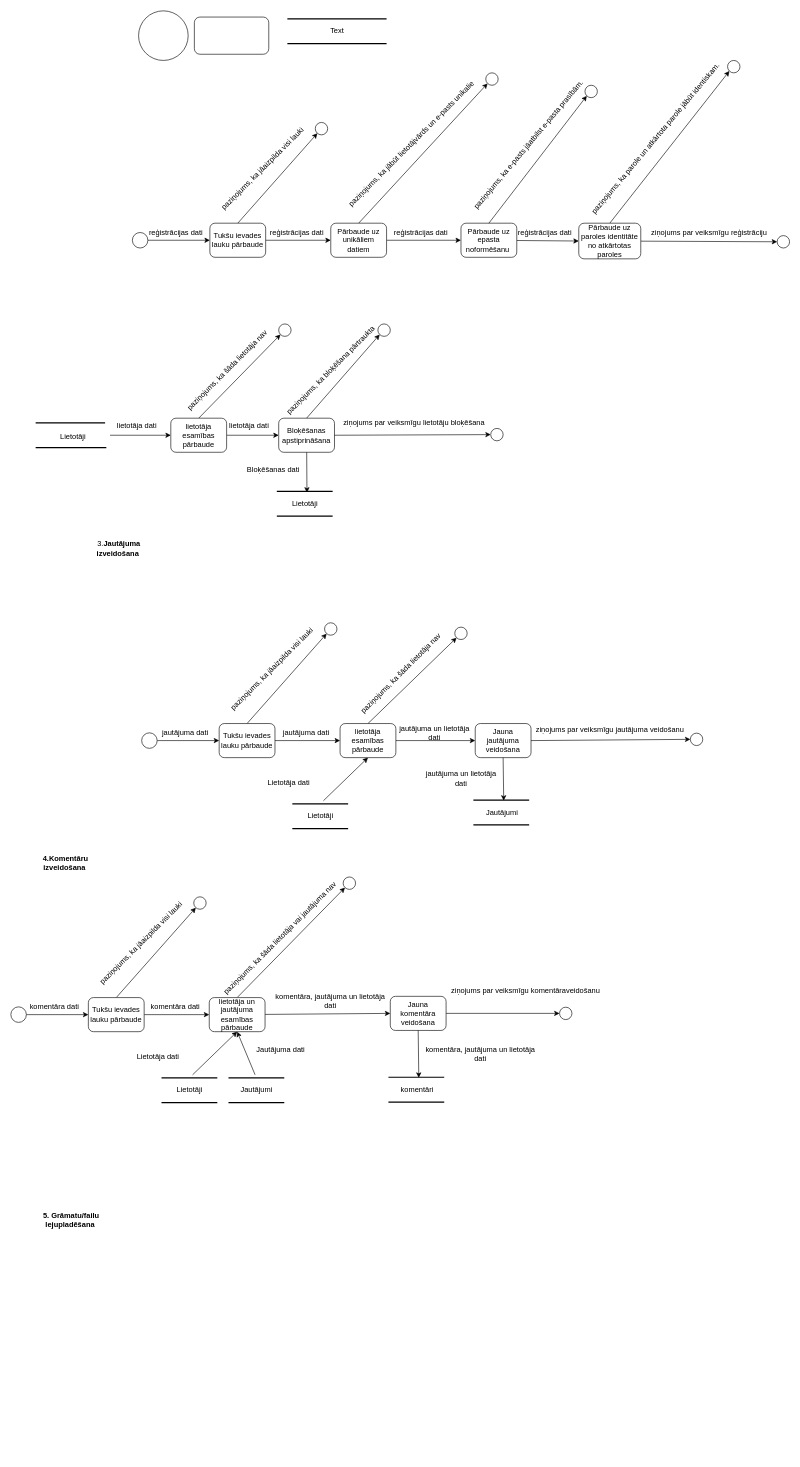
Before: DPD.drawio in MaksimsVisockis01/DB, a draw.io diagram. Source tidied: cells renumbered, new cells numbered last; positions are measured from the earlier drawing's top-left corner, leaving out a move shared by most shapes. Both pictures are drawn from the tidied source at 62%, with x=0, y=0 at pixel (11, 11).
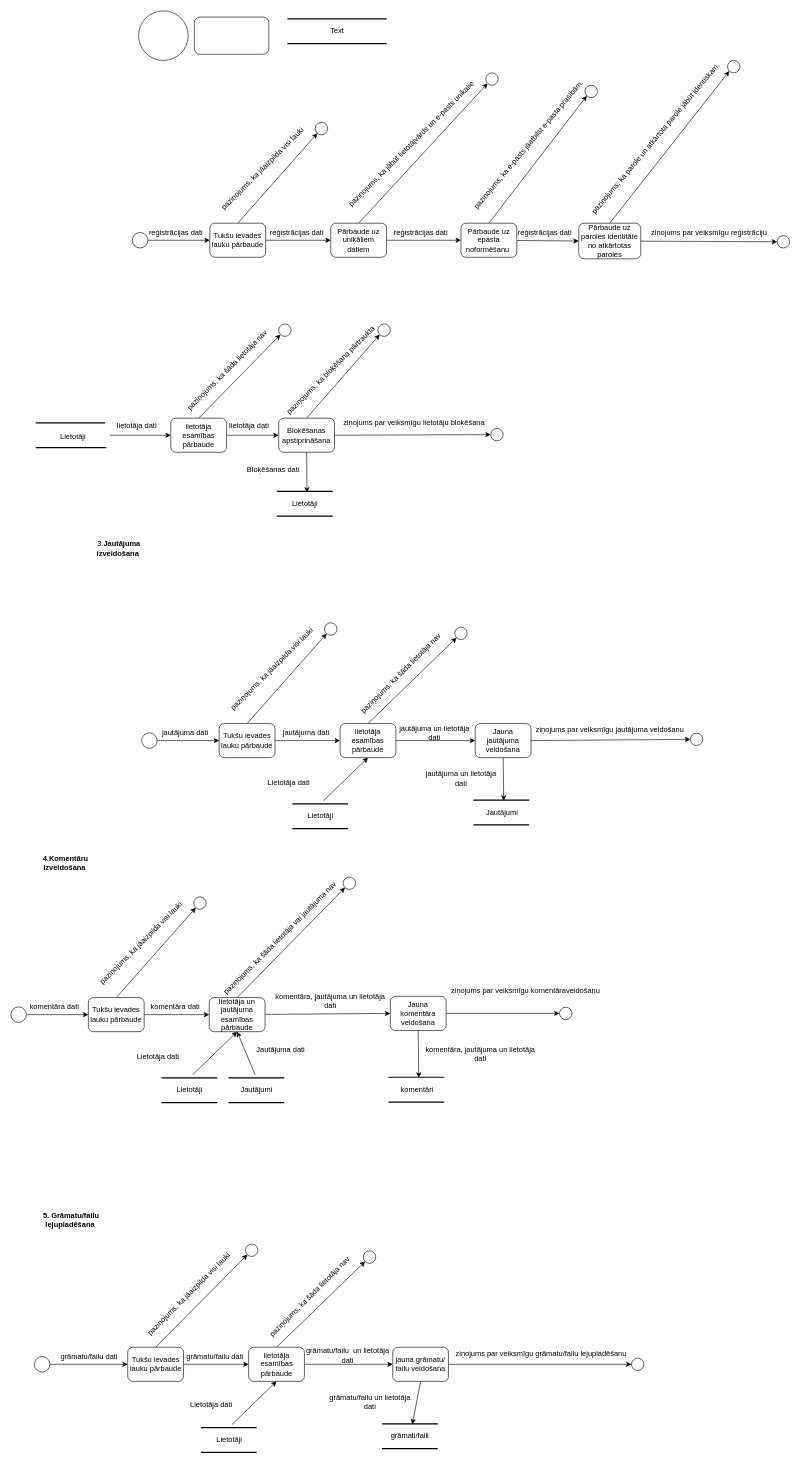
Above is the later version.

The edit, as a diff of the source:
```diff
@@
+    <mxCell id="124" style="edgeStyle=orthogonalEdgeStyle;rounded=0;jettySize=auto;html=1;" parent="1" edge="1" source="125" target="128">
+      <mxGeometry relative="1" as="geometry" />
+    </mxCell>
+    <mxCell id="125" style="ellipse;whiteSpace=wrap;html=1;" parent="1" vertex="1">
+      <mxGeometry x="38" y="2170.5" width="25" height="25" as="geometry" />
+    </mxCell>
+    <mxCell id="126" style="rounded=0;jettySize=auto;html=1;exitX=0.5;exitY=0;exitDx=0;exitDy=0;" parent="1" edge="1" source="128" target="130">
+      <mxGeometry relative="1" as="geometry" />
+    </mxCell>
+    <mxCell id="127" style="edgeStyle=none;rounded=0;jettySize=auto;html=1;" parent="1" edge="1" source="128" target="134">
+      <mxGeometry relative="1" as="geometry" />
+    </mxCell>
+    <mxCell id="128" value="Tukšu ievades lauku pārbaude" style="rounded=1;whiteSpace=wrap;html=1;" parent="1" vertex="1">
+      <mxGeometry x="188.5" y="2155.5" width="90" height="55" as="geometry" />
+    </mxCell>
+    <mxCell id="129" value="grāmatu/failu dati" style="text;html=1;align=center;verticalAlign=middle;strokeColor=none;fillColor=none;" parent="1" vertex="1">
+      <mxGeometry x="69" y="2157.5" width="113" height="26" as="geometry" />
+    </mxCell>
+    <mxCell id="130" style="ellipse;whiteSpace=wrap;html=1;" parent="1" vertex="1">
+      <mxGeometry x="378.5" y="1989" width="20" height="20" as="geometry" />
+    </mxCell>
+    <mxCell id="131" value="paziņojums, ka jāaizpilda visi lauki" style="text;html=1;align=center;verticalAlign=middle;strokeColor=none;fillColor=none;rotation=-45;" parent="1" vertex="1">
+      <mxGeometry x="182" y="2055" width="210" height="30" as="geometry" />
+    </mxCell>
+    <mxCell id="132" style="edgeStyle=none;rounded=0;jettySize=auto;html=1;entryX=0;entryY=1;entryDx=0;entryDy=0;exitX=0.5;exitY=0;exitDx=0;exitDy=0;" parent="1" edge="1" source="134" target="135">
+      <mxGeometry relative="1" as="geometry" />
+    </mxCell>
+    <mxCell id="133" style="edgeStyle=none;rounded=0;jettySize=auto;html=1;entryX=0;entryY=0.5;entryDx=0;entryDy=0;" parent="1" edge="1" source="134" target="138">
+      <mxGeometry relative="1" as="geometry" />
+    </mxCell>
+    <mxCell id="134" value="lietotāja esamības pārbaude" style="rounded=1;whiteSpace=wrap;html=1;" parent="1" vertex="1">
+      <mxGeometry x="383.5" y="2155.5" width="90" height="55" as="geometry" />
+    </mxCell>
+    <mxCell id="135" style="ellipse;whiteSpace=wrap;html=1;" parent="1" vertex="1">
+      <mxGeometry x="568.5" y="2000" width="20" height="20" as="geometry" />
+    </mxCell>
+    <mxCell id="136" value="grāmatu/failu dati" style="text;html=1;align=center;verticalAlign=middle;strokeColor=none;fillColor=none;" parent="1" vertex="1">
+      <mxGeometry x="272.5" y="2157.5" width="113" height="26" as="geometry" />
+    </mxCell>
+    <mxCell id="137" style="edgeStyle=none;rounded=0;jettySize=auto;html=1;exitX=1;exitY=0.5;exitDx=0;exitDy=0;entryX=0;entryY=0.5;entryDx=0;entryDy=0;" parent="1" edge="1" source="138" target="140">
+      <mxGeometry relative="1" as="geometry" />
+    </mxCell>
+    <mxCell id="138" value="jauna&amp;nbsp;grāmatu/&lt;br&gt;failu veidošana" style="rounded=1;whiteSpace=wrap;html=1;" parent="1" vertex="1">
+      <mxGeometry x="616" y="2155.5" width="90" height="55" as="geometry" />
+    </mxCell>
+    <mxCell id="139" value="grāmatu/failu&amp;nbsp;&amp;nbsp;un lietotāja&lt;br style=&quot;border-color: var(--border-color);&quot;&gt;dati" style="text;html=1;align=center;verticalAlign=middle;strokeColor=none;fillColor=none;" parent="1" vertex="1">
+      <mxGeometry x="465" y="2148" width="156" height="41" as="geometry" />
+    </mxCell>
+    <mxCell id="140" style="ellipse;whiteSpace=wrap;html=1;" parent="1" vertex="1">
+      <mxGeometry x="1001" y="2173" width="20" height="20" as="geometry" />
+    </mxCell>
+    <mxCell id="141" value="ziņojums par veiksmīgu grāmatu/failu&amp;nbsp;lejupladēšanu" style="text;html=1;align=center;verticalAlign=middle;strokeColor=none;fillColor=none;" parent="1" vertex="1">
+      <mxGeometry x="702" y="2153" width="305" height="26" as="geometry" />
+    </mxCell>
+    <mxCell id="142" style="edgeStyle=none;rounded=0;jettySize=auto;html=1;entryX=0.5;entryY=1;entryDx=0;entryDy=0;" parent="1" edge="1" source="143" target="134">
+      <mxGeometry relative="1" as="geometry" />
+    </mxCell>
+    <mxCell id="143" style="line;strokeWidth=2;html=1;" parent="1" vertex="1">
+      <mxGeometry x="306.5" y="2280" width="90" height="10" as="geometry" />
+    </mxCell>
+    <mxCell id="144" value="Lietotāji" style="text;html=1;align=center;verticalAlign=middle;strokeColor=none;fillColor=none;" parent="1" vertex="1">
+      <mxGeometry x="316.5" y="2290" width="70" height="30" as="geometry" />
+    </mxCell>
+    <mxCell id="145" style="line;strokeWidth=2;html=1;" parent="1" vertex="1">
+      <mxGeometry x="306.5" y="2320" width="90" height="10" as="geometry" />
+    </mxCell>
+    <mxCell id="146" value="Lietotāja dati" style="text;html=1;align=center;verticalAlign=middle;strokeColor=none;fillColor=none;" parent="1" vertex="1">
+      <mxGeometry x="278.5" y="2235" width="88" height="26" as="geometry" />
+    </mxCell>
+    <mxCell id="147" value="paziņojums, ka šāda lietotāja nav" style="text;html=1;align=center;verticalAlign=middle;strokeColor=none;fillColor=none;rotation=-45;" parent="1" vertex="1">
+      <mxGeometry x="381.5" y="2062" width="200" height="26" as="geometry" />
+    </mxCell>
+    <mxCell id="148" style="line;strokeWidth=2;html=1;" parent="1" vertex="1">
+      <mxGeometry x="598.5" y="2274" width="90" height="10" as="geometry" />
+    </mxCell>
+    <mxCell id="149" value="grāmati/faili&amp;nbsp;" style="text;html=1;align=center;verticalAlign=middle;strokeColor=none;fillColor=none;" parent="1" vertex="1">
+      <mxGeometry x="602.5" y="2286" width="85" height="26" as="geometry" />
+    </mxCell>
+    <mxCell id="150" style="line;strokeWidth=2;html=1;" parent="1" vertex="1">
+      <mxGeometry x="598.5" y="2314" width="90" height="10" as="geometry" />
+    </mxCell>
+    <mxCell id="151" style="edgeStyle=none;rounded=0;jettySize=auto;html=1;exitX=0.5;exitY=1;exitDx=0;exitDy=0;entryX=0.544;entryY=0.583;entryDx=0;entryDy=0;entryPerimeter=0;" parent="1" edge="1" source="138" target="148">
+      <mxGeometry relative="1" as="geometry" />
+    </mxCell>
+    <mxCell id="152" value="grāmatu/failu&amp;nbsp;un lietotāja&lt;br style=&quot;border-color: var(--border-color);&quot;&gt;dati" style="text;html=1;align=center;verticalAlign=middle;strokeColor=none;fillColor=none;" parent="1" vertex="1">
+      <mxGeometry x="502.5" y="2223" width="153" height="41" as="geometry" />
+    </mxCell>
```
